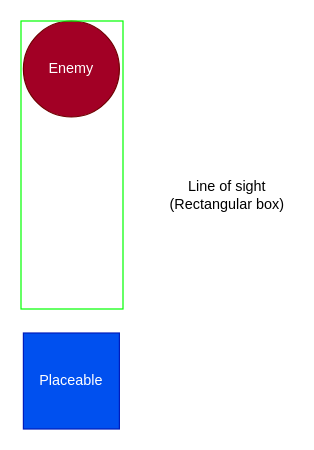
This is page "Enemy vs. Placeable" (2 of 2) of Design/EnemyDesign.drawio from Edge321/DragonsDefense_v2, a draw.io file, before an edit. Source tidied: cells renumbered, new cells numbered last; positions are measured from the earlier drawing's top-left corner, leaving out a move shared by most shapes. Both pictures are drawn from the tidied source at 120%, with x=0, y=0 at pixel (20, 20).
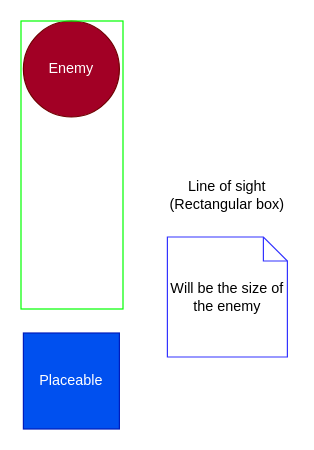
Above is the later version.

Change to the diagram source:
```diff
@@
 <mxGraphModel>
   <root>
     <mxCell id="0" />
     <mxCell id="1" parent="0" />
     <mxCell id="2" value="Enemy" style="ellipse;whiteSpace=wrap;html=1;fillColor=#a20025;fontColor=#ffffff;strokeColor=#6F0000;" parent="1" vertex="1">
       <mxGeometry x="2" width="80" height="80" as="geometry" />
     </mxCell>
     <mxCell id="3" value="Placeable" style="whiteSpace=wrap;html=1;fillColor=#0050ef;fontColor=#ffffff;strokeColor=#001DBC;" parent="1" vertex="1">
       <mxGeometry x="2" y="260" width="80" height="80" as="geometry" />
     </mxCell>
     <mxCell id="4" style="rounded=0;whiteSpace=wrap;html=1;fillColor=none;strokeColor=#00FF00;" parent="1" vertex="1">
       <mxGeometry width="85" height="240" as="geometry" />
     </mxCell>
     <mxCell id="5" value="Line of sight (Rectangular box)" style="text;html=1;align=center;verticalAlign=middle;whiteSpace=wrap;rounded=0;" parent="1" vertex="1">
       <mxGeometry x="117" y="120" width="110" height="50" as="geometry" />
     </mxCell>
+    <mxCell id="6" value="Will be the size of the enemy" style="shape=note;size=20;whiteSpace=wrap;html=1;strokeColor=#3333FF;" parent="1" vertex="1">
+      <mxGeometry x="122" y="180" width="100" height="100" as="geometry" />
+    </mxCell>
   </root>
 </mxGraphModel>
```
